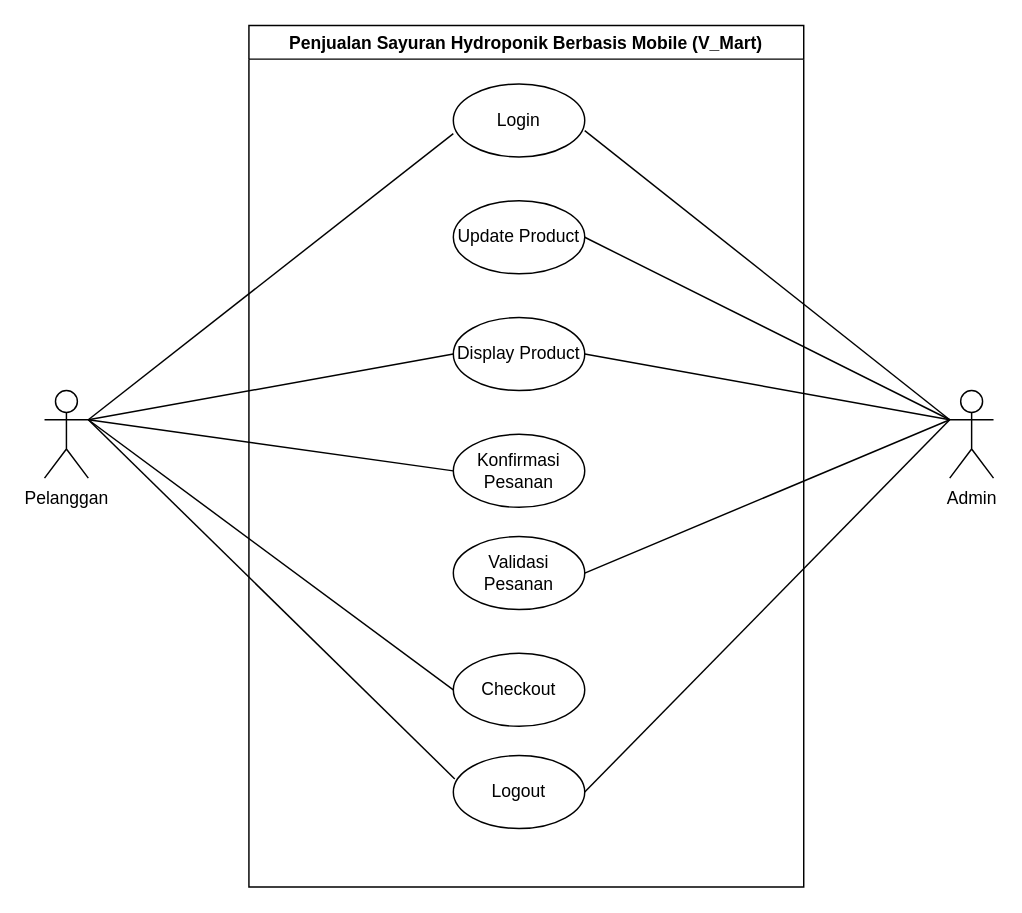
aldinurhanudin/Vmart_API keeps this draw.io diagram as page "use case v_mart" (5 of 11) of File_Proyek3/diagram v_mart.drawio. Above is the earlier version. Source tidied: cells renumbered, new cells numbered last; positions are measured from the earlier drawing's top-left corner, leaving out a move shared by most shapes. Both pictures are drawn from the tidied source at 146%, with x=0, y=0 at pixel (44, 25).
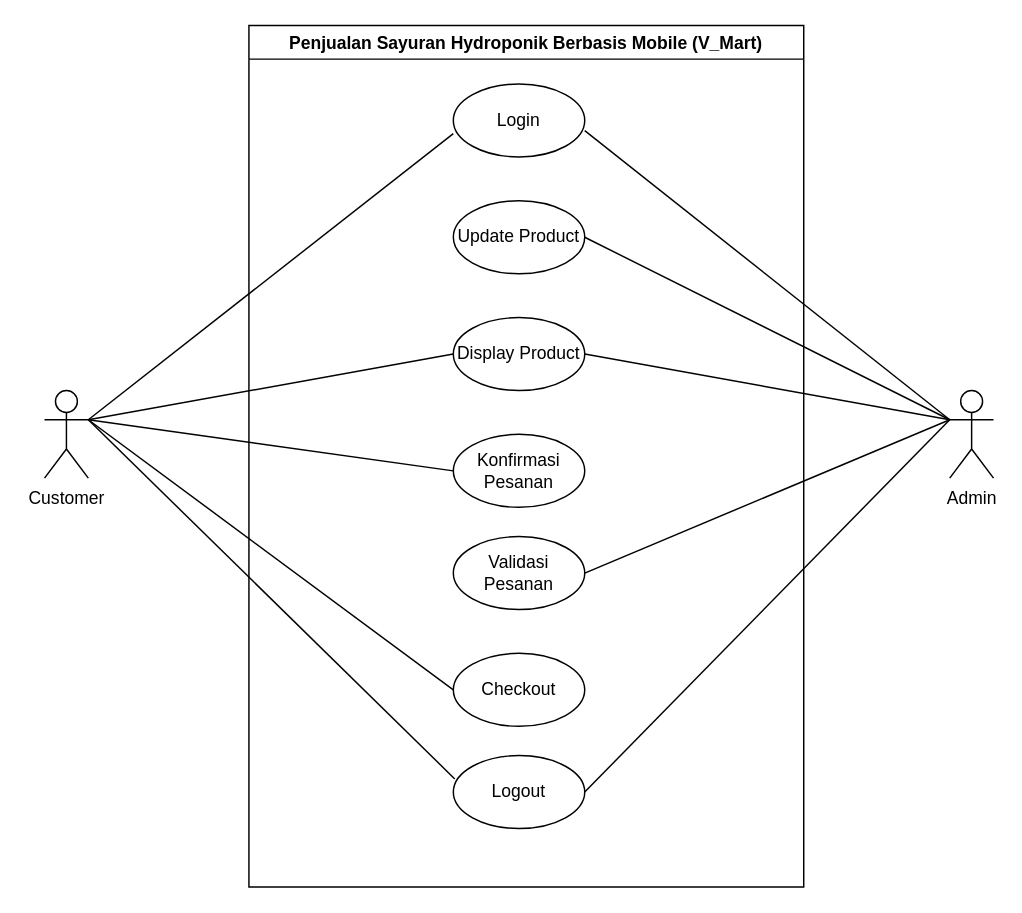
Above is the later version.

Diff of the diagram source:
```diff
@@
-    <mxCell id="14" value="Pelanggan" style="shape=umlActor;verticalLabelPosition=bottom;verticalAlign=top;html=1;outlineConnect=0;" parent="1" vertex="1">
+    <mxCell id="14" value="Customer" style="shape=umlActor;verticalLabelPosition=bottom;verticalAlign=top;html=1;outlineConnect=0;" parent="1" vertex="1">
       <mxGeometry y="250" width="30" height="60" as="geometry" />
     </mxCell>
```
